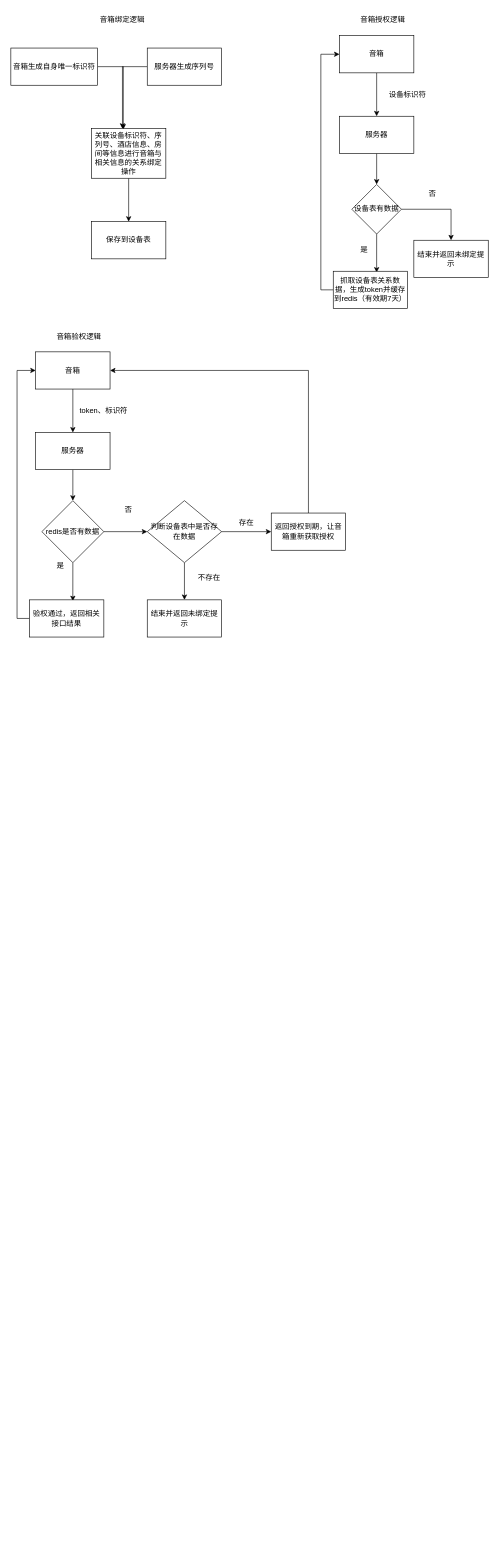
The draw.io diagram xzzh/音箱流程图.drawio in daniel-7d/draw, before the edit. Source tidied: cells renumbered, new cells numbered last; positions are measured from the earlier drawing's top-left corner, leaving out a move shared by most shapes. Both pictures are drawn from the tidied source at 62%, with x=0, y=0 at pixel (11, 11).
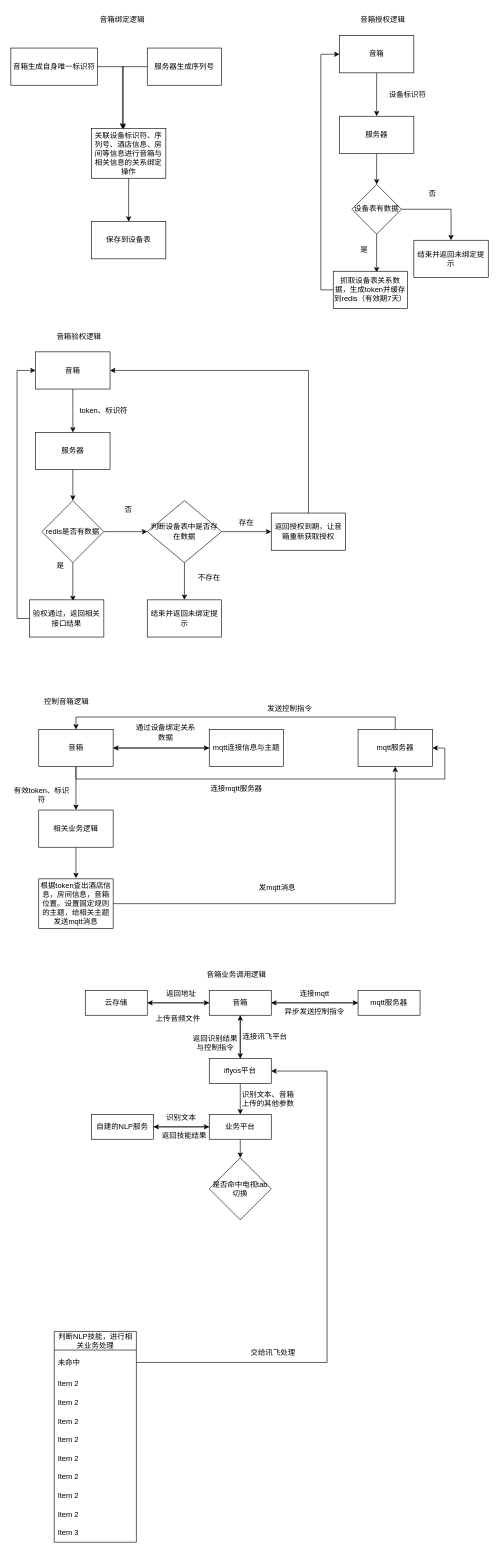
The same page after the edit.

Commit message (it also covers changes not shown here):
更新音箱流程图.drawio

Change to the diagram source:
```diff
@@
+    <mxCell id="45" value="控制音箱逻辑" style="text;html=1;strokeColor=none;fillColor=none;align=center;verticalAlign=middle;whiteSpace=wrap;rounded=0;" parent="1" vertex="1">
+      <mxGeometry y="1100" width="180" height="30" as="geometry" />
+    </mxCell>
+    <mxCell id="46" style="edgeStyle=orthogonalEdgeStyle;rounded=0;jettySize=auto;html=1;exitX=0.5;exitY=1;exitDx=0;exitDy=0;entryX=0.5;entryY=0;entryDx=0;entryDy=0;" parent="1" edge="1" source="49" target="51">
+      <mxGeometry relative="1" as="geometry" />
+    </mxCell>
+    <mxCell id="47" style="edgeStyle=orthogonalEdgeStyle;rounded=0;jettySize=auto;html=1;exitX=1;exitY=0.5;exitDx=0;exitDy=0;entryX=0;entryY=0.5;entryDx=0;entryDy=0;" parent="1" edge="1" source="49" target="54">
+      <mxGeometry relative="1" as="geometry" />
+    </mxCell>
+    <mxCell id="48" style="edgeStyle=orthogonalEdgeStyle;rounded=0;jettySize=auto;html=1;exitX=0.5;exitY=1;exitDx=0;exitDy=0;entryX=1;entryY=0.5;entryDx=0;entryDy=0;" parent="1" edge="1" source="49" target="57">
+      <mxGeometry relative="1" as="geometry" />
+    </mxCell>
+    <mxCell id="49" value="音箱" style="rounded=0;whiteSpace=wrap;html=1;" parent="1" vertex="1">
+      <mxGeometry x="45" y="1159" width="120" height="60" as="geometry" />
+    </mxCell>
+    <mxCell id="50" style="edgeStyle=orthogonalEdgeStyle;rounded=0;jettySize=auto;html=1;exitX=0.5;exitY=1;exitDx=0;exitDy=0;entryX=0.5;entryY=0;entryDx=0;entryDy=0;" parent="1" edge="1" source="51">
+      <mxGeometry relative="1" as="geometry">
+        <mxPoint x="105" y="1399" as="targetPoint" />
+      </mxGeometry>
+    </mxCell>
+    <mxCell id="51" value="相关业务逻辑" style="rounded=0;whiteSpace=wrap;html=1;" parent="1" vertex="1">
+      <mxGeometry x="45" y="1289" width="120" height="60" as="geometry" />
+    </mxCell>
+    <mxCell id="52" value="有效token、标识符" style="text;html=1;strokeColor=none;fillColor=none;align=center;verticalAlign=middle;whiteSpace=wrap;rounded=0;" parent="1" vertex="1">
+      <mxGeometry y="1250" width="100" height="30" as="geometry" />
+    </mxCell>
+    <mxCell id="53" style="edgeStyle=orthogonalEdgeStyle;rounded=0;jettySize=auto;html=1;exitX=0;exitY=0.5;exitDx=0;exitDy=0;entryX=1;entryY=0.5;entryDx=0;entryDy=0;" parent="1" edge="1" source="54" target="49">
+      <mxGeometry relative="1" as="geometry" />
+    </mxCell>
+    <mxCell id="54" value="mqtt连接信息与主题" style="rounded=0;whiteSpace=wrap;html=1;" parent="1" vertex="1">
+      <mxGeometry x="320" y="1159" width="120" height="60" as="geometry" />
+    </mxCell>
+    <mxCell id="55" value="通过设备绑定关系数据" style="text;html=1;strokeColor=none;fillColor=none;align=center;verticalAlign=middle;whiteSpace=wrap;rounded=0;" parent="1" vertex="1">
+      <mxGeometry x="200" y="1149" width="100" height="30" as="geometry" />
+    </mxCell>
+    <mxCell id="56" style="edgeStyle=orthogonalEdgeStyle;rounded=0;jettySize=auto;html=1;exitX=0.5;exitY=0;exitDx=0;exitDy=0;entryX=0.5;entryY=0;entryDx=0;entryDy=0;" parent="1" edge="1" source="57" target="49">
+      <mxGeometry relative="1" as="geometry" />
+    </mxCell>
+    <mxCell id="57" value="mqtt服务器" style="rounded=0;whiteSpace=wrap;html=1;" parent="1" vertex="1">
+      <mxGeometry x="560" y="1159" width="120" height="60" as="geometry" />
+    </mxCell>
+    <mxCell id="58" style="edgeStyle=orthogonalEdgeStyle;rounded=0;jettySize=auto;html=1;exitX=1;exitY=0.5;exitDx=0;exitDy=0;entryX=0.5;entryY=1;entryDx=0;entryDy=0;" parent="1" edge="1" source="59" target="57">
+      <mxGeometry relative="1" as="geometry" />
+    </mxCell>
+    <mxCell id="59" value="根据token查出酒店信息，房间信息，音箱位置。设置固定规则的主题，给相关主题发送mqtt消息" style="rounded=0;whiteSpace=wrap;html=1;" parent="1" vertex="1">
+      <mxGeometry x="45" y="1400" width="120" height="80" as="geometry" />
+    </mxCell>
+    <mxCell id="60" value="发mqtt消息" style="text;html=1;strokeColor=none;fillColor=none;align=center;verticalAlign=middle;whiteSpace=wrap;rounded=0;" parent="1" vertex="1">
+      <mxGeometry x="380" y="1400" width="100" height="30" as="geometry" />
+    </mxCell>
+    <mxCell id="61" value="发送控制指令" style="text;html=1;strokeColor=none;fillColor=none;align=center;verticalAlign=middle;whiteSpace=wrap;rounded=0;" parent="1" vertex="1">
+      <mxGeometry x="360" y="1110" width="180" height="30" as="geometry" />
+    </mxCell>
+    <mxCell id="62" value="连接mqtt服务器" style="text;html=1;strokeColor=none;fillColor=none;align=center;verticalAlign=middle;whiteSpace=wrap;rounded=0;" parent="1" vertex="1">
+      <mxGeometry x="274" y="1240" width="180" height="30" as="geometry" />
+    </mxCell>
+    <mxCell id="63" value="音箱业务调用逻辑" style="text;html=1;strokeColor=none;fillColor=none;align=center;verticalAlign=middle;whiteSpace=wrap;rounded=0;" parent="1" vertex="1">
+      <mxGeometry x="274" y="1540" width="180" height="30" as="geometry" />
+    </mxCell>
+    <mxCell id="64" style="edgeStyle=orthogonalEdgeStyle;rounded=0;jettySize=auto;html=1;exitX=0;exitY=0.5;exitDx=0;exitDy=0;" parent="1" edge="1" source="67" target="72">
+      <mxGeometry relative="1" as="geometry" />
+    </mxCell>
+    <mxCell id="65" style="edgeStyle=orthogonalEdgeStyle;rounded=0;jettySize=auto;html=1;entryX=0.5;entryY=0;entryDx=0;entryDy=0;" parent="1" edge="1" source="67" target="70">
+      <mxGeometry relative="1" as="geometry" />
+    </mxCell>
+    <mxCell id="66" style="edgeStyle=orthogonalEdgeStyle;rounded=0;jettySize=auto;html=1;exitX=1;exitY=0.5;exitDx=0;exitDy=0;" parent="1" edge="1" source="67" target="96">
+      <mxGeometry relative="1" as="geometry" />
+    </mxCell>
+    <mxCell id="67" value="音箱" style="rounded=0;whiteSpace=wrap;html=1;" parent="1" vertex="1">
+      <mxGeometry x="320" y="1580" width="100" height="40" as="geometry" />
+    </mxCell>
+    <mxCell id="68" style="edgeStyle=orthogonalEdgeStyle;rounded=0;jettySize=auto;html=1;exitX=0.5;exitY=1;exitDx=0;exitDy=0;entryX=0.5;entryY=0;entryDx=0;entryDy=0;" parent="1" edge="1" source="70" target="79">
+      <mxGeometry relative="1" as="geometry" />
+    </mxCell>
+    <mxCell id="69" style="edgeStyle=orthogonalEdgeStyle;rounded=0;jettySize=auto;html=1;exitX=0.5;exitY=0;exitDx=0;exitDy=0;entryX=0.5;entryY=1;entryDx=0;entryDy=0;" parent="1" edge="1" source="70" target="67">
+      <mxGeometry relative="1" as="geometry" />
+    </mxCell>
+    <mxCell id="70" value="iflyos平台" style="rounded=0;whiteSpace=wrap;html=1;" parent="1" vertex="1">
+      <mxGeometry x="320" y="1690" width="100" height="40" as="geometry" />
+    </mxCell>
+    <mxCell id="71" style="edgeStyle=orthogonalEdgeStyle;rounded=0;jettySize=auto;html=1;exitX=1;exitY=0.5;exitDx=0;exitDy=0;" parent="1" edge="1" source="72" target="67">
+      <mxGeometry relative="1" as="geometry" />
+    </mxCell>
+    <mxCell id="72" value="云存储" style="rounded=0;whiteSpace=wrap;html=1;" parent="1" vertex="1">
+      <mxGeometry x="120" y="1580" width="100" height="40" as="geometry" />
+    </mxCell>
+    <mxCell id="73" value="连接讯飞平台" style="text;html=1;strokeColor=none;fillColor=none;align=center;verticalAlign=middle;whiteSpace=wrap;rounded=0;" parent="1" vertex="1">
+      <mxGeometry x="370" y="1640" width="80" height="30" as="geometry" />
+    </mxCell>
+    <mxCell id="74" value="上传音频文件" style="text;html=1;strokeColor=none;fillColor=none;align=center;verticalAlign=middle;whiteSpace=wrap;rounded=0;" parent="1" vertex="1">
+      <mxGeometry x="220" y="1610" width="100" height="30" as="geometry" />
+    </mxCell>
+    <mxCell id="75" value="返回地址" style="text;html=1;strokeColor=none;fillColor=none;align=center;verticalAlign=middle;whiteSpace=wrap;rounded=0;" parent="1" vertex="1">
+      <mxGeometry x="230" y="1570" width="90" height="30" as="geometry" />
+    </mxCell>
+    <mxCell id="76" value="识别文本、音箱上传的其他参数" style="text;html=1;strokeColor=none;fillColor=none;align=center;verticalAlign=middle;whiteSpace=wrap;rounded=0;" parent="1" vertex="1">
+      <mxGeometry x="370" y="1740" width="90" height="30" as="geometry" />
+    </mxCell>
+    <mxCell id="77" style="edgeStyle=orthogonalEdgeStyle;rounded=0;jettySize=auto;html=1;exitX=0;exitY=0.5;exitDx=0;exitDy=0;entryX=1;entryY=0.5;entryDx=0;entryDy=0;" parent="1" edge="1" source="79" target="81">
+      <mxGeometry relative="1" as="geometry" />
+    </mxCell>
+    <mxCell id="78" style="edgeStyle=orthogonalEdgeStyle;rounded=0;jettySize=auto;html=1;exitX=0.5;exitY=1;exitDx=0;exitDy=0;entryX=0.5;entryY=0;entryDx=0;entryDy=0;" parent="1" edge="1" source="79" target="102">
+      <mxGeometry relative="1" as="geometry" />
+    </mxCell>
+    <mxCell id="79" value="业务平台" style="rounded=0;whiteSpace=wrap;html=1;" parent="1" vertex="1">
+      <mxGeometry x="320" y="1780" width="100" height="40" as="geometry" />
+    </mxCell>
+    <mxCell id="80" style="edgeStyle=orthogonalEdgeStyle;rounded=0;jettySize=auto;html=1;exitX=1;exitY=0.5;exitDx=0;exitDy=0;entryX=0;entryY=0.5;entryDx=0;entryDy=0;" parent="1" edge="1" source="81" target="79">
+      <mxGeometry relative="1" as="geometry" />
+    </mxCell>
+    <mxCell id="81" value="自建的NLP服务" style="rounded=0;whiteSpace=wrap;html=1;" parent="1" vertex="1">
+      <mxGeometry x="130" y="1780" width="100" height="40" as="geometry" />
+    </mxCell>
+    <mxCell id="82" value="识别文本" style="text;html=1;strokeColor=none;fillColor=none;align=center;verticalAlign=middle;whiteSpace=wrap;rounded=0;" parent="1" vertex="1">
+      <mxGeometry x="235" y="1770" width="80" height="30" as="geometry" />
+    </mxCell>
+    <mxCell id="83" value="返回技能结果" style="text;html=1;strokeColor=none;fillColor=none;align=center;verticalAlign=middle;whiteSpace=wrap;rounded=0;" parent="1" vertex="1">
+      <mxGeometry x="240" y="1800" width="80" height="30" as="geometry" />
+    </mxCell>
+    <mxCell id="84" value="判断NLP技能，进行相关业务处理" style="swimlane;fontStyle=0;horizontal=1;startSize=30;whiteSpace=wrap;html=1;" parent="1" vertex="1">
+      <mxGeometry x="70" y="2130" width="132.5" height="340" as="geometry" />
+    </mxCell>
+    <mxCell id="85" value="未命中" style="text;strokeColor=none;fillColor=none;align=left;verticalAlign=middle;spacingLeft=4;spacingRight=4;overflow=hidden;points=[[0,0.5],[1,0.5]];portConstraint=eastwest;whiteSpace=wrap;html=1;" parent="84" vertex="1">
+      <mxGeometry y="30" width="132.5" height="40" as="geometry" />
+    </mxCell>
+    <mxCell id="86" value="Item 2" style="text;strokeColor=none;fillColor=none;align=left;verticalAlign=middle;spacingLeft=4;spacingRight=4;overflow=hidden;whiteSpace=wrap;html=1;" parent="84" vertex="1">
+      <mxGeometry y="70" width="132.5" height="30" as="geometry" />
+    </mxCell>
+    <mxCell id="87" value="Item 2" style="text;strokeColor=none;fillColor=none;align=left;verticalAlign=middle;spacingLeft=4;spacingRight=4;overflow=hidden;whiteSpace=wrap;html=1;" parent="84" vertex="1">
+      <mxGeometry y="100" width="132.5" height="30" as="geometry" />
+    </mxCell>
+    <mxCell id="88" value="Item 2" style="text;strokeColor=none;fillColor=none;align=left;verticalAlign=middle;spacingLeft=4;spacingRight=4;overflow=hidden;whiteSpace=wrap;html=1;" parent="84" vertex="1">
+      <mxGeometry y="130" width="132.5" height="30" as="geometry" />
+    </mxCell>
+    <mxCell id="89" value="Item 2" style="text;strokeColor=none;fillColor=none;align=left;verticalAlign=middle;spacingLeft=4;spacingRight=4;overflow=hidden;whiteSpace=wrap;html=1;" parent="84" vertex="1">
+      <mxGeometry y="160" width="132.5" height="30" as="geometry" />
+    </mxCell>
+    <mxCell id="90" value="Item 2" style="text;strokeColor=none;fillColor=none;align=left;verticalAlign=middle;spacingLeft=4;spacingRight=4;overflow=hidden;whiteSpace=wrap;html=1;" parent="84" vertex="1">
+      <mxGeometry y="190" width="132.5" height="30" as="geometry" />
+    </mxCell>
+    <mxCell id="91" value="Item 2" style="text;strokeColor=none;fillColor=none;align=left;verticalAlign=middle;spacingLeft=4;spacingRight=4;overflow=hidden;whiteSpace=wrap;html=1;" parent="84" vertex="1">
+      <mxGeometry y="220" width="132.5" height="30" as="geometry" />
+    </mxCell>
+    <mxCell id="92" value="Item 2" style="text;strokeColor=none;fillColor=none;align=left;verticalAlign=middle;spacingLeft=4;spacingRight=4;overflow=hidden;whiteSpace=wrap;html=1;" parent="84" vertex="1">
+      <mxGeometry y="250" width="132.5" height="30" as="geometry" />
+    </mxCell>
+    <mxCell id="93" value="Item 2" style="text;strokeColor=none;fillColor=none;align=left;verticalAlign=middle;spacingLeft=4;spacingRight=4;overflow=hidden;whiteSpace=wrap;html=1;" parent="84" vertex="1">
+      <mxGeometry y="280" width="132.5" height="30" as="geometry" />
+    </mxCell>
+    <mxCell id="94" value="Item 3" style="text;strokeColor=none;fillColor=none;align=left;verticalAlign=middle;spacingLeft=4;spacingRight=4;overflow=hidden;whiteSpace=wrap;html=1;" parent="84" vertex="1">
+      <mxGeometry y="310" width="132.5" height="30" as="geometry" />
+    </mxCell>
+    <mxCell id="95" style="edgeStyle=orthogonalEdgeStyle;rounded=0;jettySize=auto;html=1;exitX=0;exitY=0.5;exitDx=0;exitDy=0;entryX=1;entryY=0.5;entryDx=0;entryDy=0;" parent="1" edge="1" source="96" target="67">
+      <mxGeometry relative="1" as="geometry" />
+    </mxCell>
+    <mxCell id="96" value="mqtt服务器" style="rounded=0;whiteSpace=wrap;html=1;" parent="1" vertex="1">
+      <mxGeometry x="560" y="1580" width="100" height="40" as="geometry" />
+    </mxCell>
+    <mxCell id="97" value="连接mqtt" style="text;html=1;strokeColor=none;fillColor=none;align=center;verticalAlign=middle;whiteSpace=wrap;rounded=0;" parent="1" vertex="1">
+      <mxGeometry x="450" y="1570" width="80" height="30" as="geometry" />
+    </mxCell>
+    <mxCell id="98" value="交给讯飞处理" style="text;html=1;strokeColor=none;fillColor=none;align=center;verticalAlign=middle;whiteSpace=wrap;rounded=0;" parent="1" vertex="1">
+      <mxGeometry x="377.5" y="2150" width="90" height="30" as="geometry" />
+    </mxCell>
+    <mxCell id="99" style="edgeStyle=orthogonalEdgeStyle;rounded=0;jettySize=auto;html=1;exitX=1;exitY=0.5;exitDx=0;exitDy=0;entryX=1;entryY=0.5;entryDx=0;entryDy=0;" parent="1" edge="1" source="85" target="70">
+      <mxGeometry relative="1" as="geometry">
+        <Array as="points">
+          <mxPoint x="510" y="2180" />
+          <mxPoint x="510" y="1710" />
+        </Array>
+      </mxGeometry>
+    </mxCell>
+    <mxCell id="100" value="返回识别结果与控制指令" style="text;html=1;strokeColor=none;fillColor=none;align=center;verticalAlign=middle;whiteSpace=wrap;rounded=0;" parent="1" vertex="1">
+      <mxGeometry x="290" y="1650" width="80" height="30" as="geometry" />
+    </mxCell>
+    <mxCell id="101" value="异步发送控制指令" style="text;html=1;strokeColor=none;fillColor=none;align=center;verticalAlign=middle;whiteSpace=wrap;rounded=0;" parent="1" vertex="1">
+      <mxGeometry x="440" y="1600" width="100" height="30" as="geometry" />
+    </mxCell>
+    <mxCell id="102" value="是否命中电视tab切换" style="rhombus;whiteSpace=wrap;html=1;" parent="1" vertex="1">
+      <mxGeometry x="320" y="1850" width="100" height="100" as="geometry" />
+    </mxCell>
```
